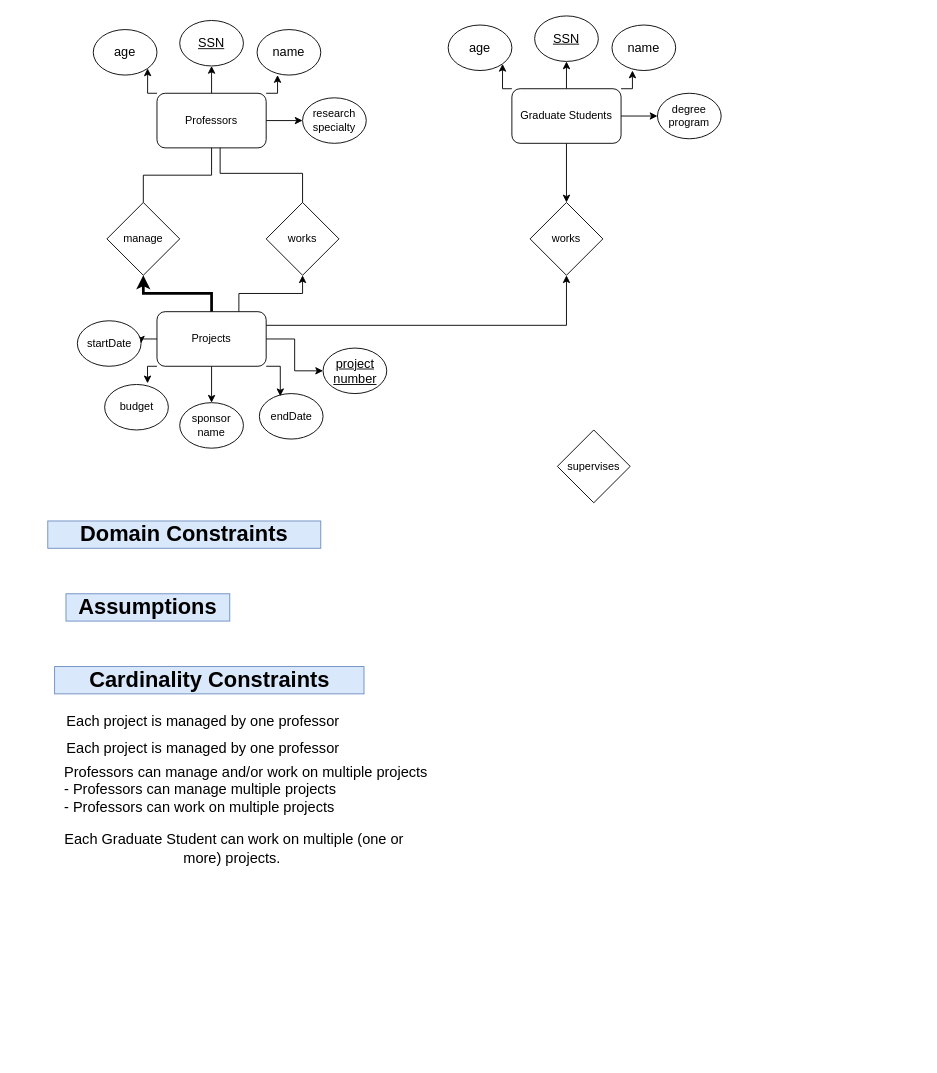
saraimarte/CS336 keeps this draw.io diagram as hw1/hw.drawio. Above is the earlier version. Source tidied: cells renumbered, new cells numbered last; positions are measured from the earlier drawing's top-left corner, leaving out a move shared by most shapes. Both pictures are drawn from the tidied source at 91%, with x=0, y=0 at pixel (47, 15).
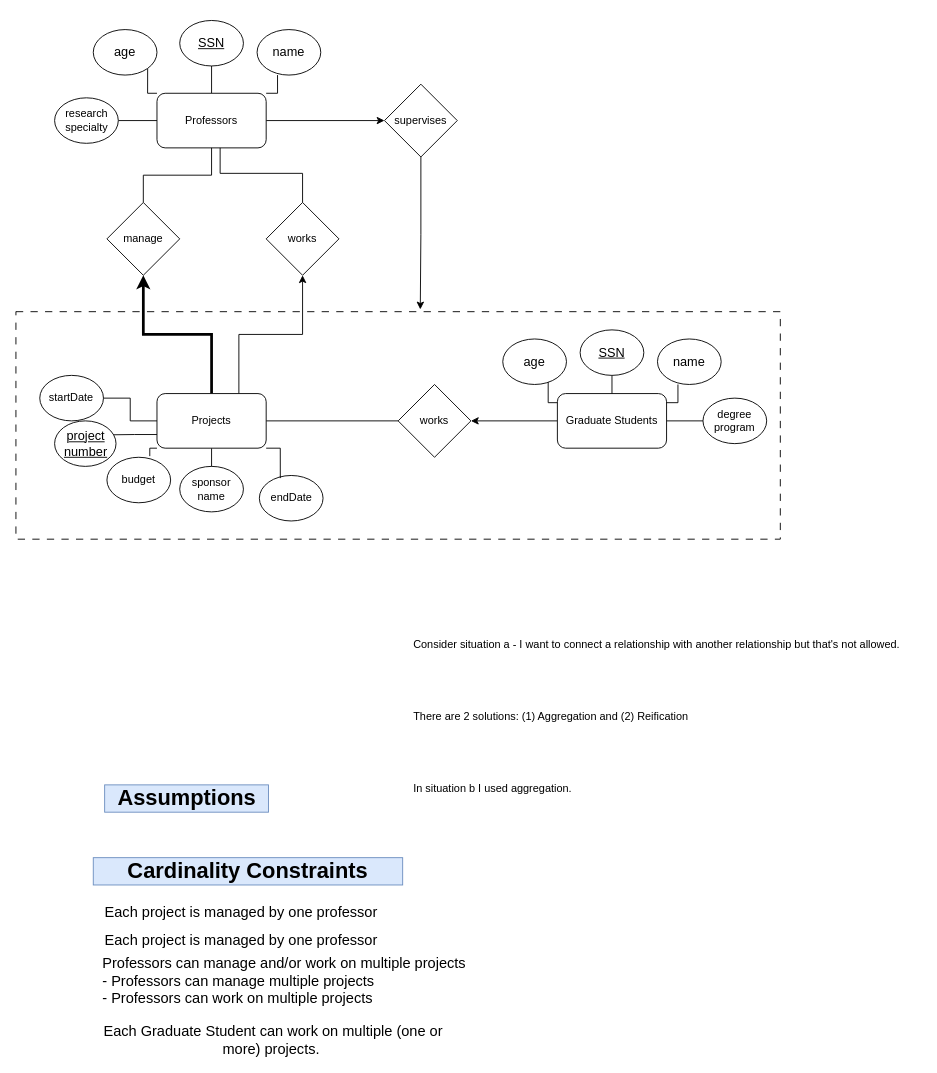
The same diagram, later.

The change refers to these unchanged cells:
```xml
<mxCell id="5" value="Professors" style="rounded=1;whiteSpace=wrap;html=1;" parent="1" vertex="1">
  <mxGeometry x="120" y="85" width="120" height="60" as="geometry" />
</mxCell>
<mxCell id="7" value="&lt;font style=&quot;font-size: 14px;&quot;&gt;name&lt;/font&gt;" style="ellipse;whiteSpace=wrap;html=1;" parent="1" vertex="1">
  <mxGeometry x="230" y="15" width="70" height="50" as="geometry" />
</mxCell>
<mxCell id="9" value="&lt;font style=&quot;font-size: 14px;&quot;&gt;age&lt;/font&gt;" style="ellipse;whiteSpace=wrap;html=1;" parent="1" vertex="1">
  <mxGeometry x="50" y="15" width="70" height="50" as="geometry" />
</mxCell>
```

What changed in the source:
```diff
@@
-    <mxCell id="2" style="edgeStyle=orthogonalEdgeStyle;rounded=0;jettySize=auto;html=1;exitX=0.5;exitY=0;exitDx=0;exitDy=0;" parent="1" edge="1" source="5">
+    <mxCell id="2" style="edgeStyle=orthogonalEdgeStyle;rounded=0;jettySize=auto;html=1;exitX=0.5;exitY=0;exitDx=0;exitDy=0;endArrow=none;endFill=0;" parent="1" edge="1" source="5">
       <mxGeometry relative="1" as="geometry">
         <mxPoint x="180" y="55" as="targetPoint" />
       </mxGeometry>
     </mxCell>
-    <mxCell id="3" style="edgeStyle=orthogonalEdgeStyle;rounded=0;jettySize=auto;html=1;exitX=0;exitY=0;exitDx=0;exitDy=0;entryX=1;entryY=1;entryDx=0;entryDy=0;" parent="1" edge="1" source="5" target="9">
+    <mxCell id="3" style="edgeStyle=orthogonalEdgeStyle;rounded=0;jettySize=auto;html=1;exitX=0;exitY=0;exitDx=0;exitDy=0;entryX=1;entryY=1;entryDx=0;entryDy=0;endArrow=none;endFill=0;" parent="1" edge="1" source="5" target="9">
       <mxGeometry relative="1" as="geometry" />
     </mxCell>
-    <mxCell id="4" style="edgeStyle=orthogonalEdgeStyle;rounded=0;jettySize=auto;html=1;exitX=1;exitY=0.5;exitDx=0;exitDy=0;entryX=0;entryY=0.5;entryDx=0;entryDy=0;" parent="1" edge="1" source="5" target="10">
+    <mxCell id="4" style="edgeStyle=orthogonalEdgeStyle;rounded=0;jettySize=auto;html=1;endArrow=none;endFill=0;" parent="1" edge="1" source="5" target="10">
       <mxGeometry relative="1" as="geometry" />
     </mxCell>
+    <mxCell id="48" style="edgeStyle=orthogonalEdgeStyle;rounded=0;jettySize=auto;html=1;" parent="1" edge="1" source="5" target="47">
+      <mxGeometry relative="1" as="geometry" />
+    </mxCell>
@@
-    <mxCell id="8" style="edgeStyle=orthogonalEdgeStyle;rounded=0;jettySize=auto;html=1;exitX=1;exitY=0;exitDx=0;exitDy=0;entryX=0.321;entryY=1;entryDx=0;entryDy=0;entryPerimeter=0;" parent="1" edge="1" source="5" target="7">
-      <mxGeometry relative="1" as="geometry" />
+    <mxCell id="8" style="edgeStyle=orthogonalEdgeStyle;rounded=0;jettySize=auto;html=1;exitX=1;exitY=0;exitDx=0;exitDy=0;entryX=0.321;entryY=1;entryDx=0;entryDy=0;entryPerimeter=0;endArrow=none;endFill=0;" parent="1" edge="1" source="5" target="7">
+      <mxGeometry relative="1" as="geometry">
+        <Array as="points">
+          <mxPoint x="253" y="85" />
+        </Array>
+      </mxGeometry>
     </mxCell>
@@
     <mxCell id="10" value="research specialty" style="ellipse;whiteSpace=wrap;html=1;" parent="1" vertex="1">
-      <mxGeometry x="280" y="90" width="70" height="50" as="geometry" />
+      <mxGeometry x="7.5" y="90" width="70" height="50" as="geometry" />
     </mxCell>
-    <mxCell id="11" style="edgeStyle=orthogonalEdgeStyle;rounded=0;jettySize=auto;html=1;" parent="1" edge="1" source="17" target="18">
-      <mxGeometry relative="1" as="geometry" />
+    <mxCell id="11" style="edgeStyle=orthogonalEdgeStyle;rounded=0;jettySize=auto;html=1;endArrow=none;endFill=0;" parent="1" edge="1" source="17">
+      <mxGeometry relative="1" as="geometry">
+        <mxPoint x="180" y="515" as="targetPoint" />
+      </mxGeometry>
     </mxCell>
-    <mxCell id="12" style="edgeStyle=orthogonalEdgeStyle;rounded=0;jettySize=auto;html=1;exitX=1;exitY=0.5;exitDx=0;exitDy=0;entryX=0;entryY=0.5;entryDx=0;entryDy=0;" parent="1" edge="1" source="17" target="20">
-      <mxGeometry relative="1" as="geometry" />
-    </mxCell>
-    <mxCell id="13" style="edgeStyle=orthogonalEdgeStyle;rounded=0;jettySize=auto;html=1;exitX=0;exitY=0.5;exitDx=0;exitDy=0;entryX=1;entryY=0.5;entryDx=0;entryDy=0;" parent="1" edge="1" source="17" target="19">
+    <mxCell id="13" style="edgeStyle=orthogonalEdgeStyle;rounded=0;jettySize=auto;html=1;exitX=0;exitY=0.5;exitDx=0;exitDy=0;entryX=1;entryY=0.5;entryDx=0;entryDy=0;endArrow=none;endFill=0;" parent="1" edge="1" source="17" target="19">
       <mxGeometry relative="1" as="geometry" />
     </mxCell>
@@
+    <mxCell id="49" style="edgeStyle=orthogonalEdgeStyle;rounded=0;jettySize=auto;html=1;exitX=0;exitY=0.75;exitDx=0;exitDy=0;endArrow=none;endFill=0;" parent="1" edge="1" source="17">
+      <mxGeometry relative="1" as="geometry">
+        <mxPoint x="70" y="460.3" as="targetPoint" />
+      </mxGeometry>
+    </mxCell>
-    <mxCell id="16" style="edgeStyle=orthogonalEdgeStyle;rounded=0;jettySize=auto;html=1;exitX=1;exitY=0.25;exitDx=0;exitDy=0;entryX=0.5;entryY=1;entryDx=0;entryDy=0;" parent="1" edge="1" source="17" target="45">
+    <mxCell id="16" style="edgeStyle=orthogonalEdgeStyle;rounded=0;jettySize=auto;html=1;exitX=1;exitY=0.5;exitDx=0;exitDy=0;entryX=0;entryY=0.5;entryDx=0;entryDy=0;endArrow=none;endFill=0;" parent="1" edge="1" source="17" target="45">
       <mxGeometry relative="1" as="geometry" />
     </mxCell>
     <mxCell id="17" value="Projects" style="rounded=1;whiteSpace=wrap;html=1;" parent="1" vertex="1">
-      <mxGeometry x="120" y="325" width="120" height="60" as="geometry" />
+      <mxGeometry x="120" y="415" width="120" height="60" as="geometry" />
     </mxCell>
     <mxCell id="18" value="sponsor name" style="ellipse;whiteSpace=wrap;html=1;" parent="1" vertex="1">
-      <mxGeometry x="145" y="425" width="70" height="50" as="geometry" />
+      <mxGeometry x="145" y="495" width="70" height="50" as="geometry" />
     </mxCell>
     <mxCell id="19" value="startDate" style="ellipse;whiteSpace=wrap;html=1;" parent="1" vertex="1">
-      <mxGeometry x="32.5" y="335" width="70" height="50" as="geometry" />
+      <mxGeometry x="-8.8" y="395" width="70" height="50" as="geometry" />
     </mxCell>
     <mxCell id="20" value="&lt;div&gt;&lt;u&gt;&lt;font style=&quot;font-size: 14px;&quot;&gt;project&lt;/font&gt;&lt;/u&gt;&lt;/div&gt;&lt;div&gt;&lt;u&gt;&lt;font style=&quot;font-size: 14px;&quot;&gt;number&lt;/font&gt;&lt;/u&gt;&lt;/div&gt;" style="ellipse;whiteSpace=wrap;html=1;" parent="1" vertex="1">
-      <mxGeometry x="302.5" y="365" width="70" height="50" as="geometry" />
+      <mxGeometry x="7.5" y="445" width="67.5" height="50" as="geometry" />
     </mxCell>
     <mxCell id="21" value="endDate" style="ellipse;whiteSpace=wrap;html=1;" parent="1" vertex="1">
-      <mxGeometry x="232.5" y="415" width="70" height="50" as="geometry" />
+      <mxGeometry x="232.5" y="505" width="70" height="50" as="geometry" />
     </mxCell>
     <mxCell id="22" value="budget" style="ellipse;whiteSpace=wrap;html=1;" parent="1" vertex="1">
-      <mxGeometry x="62.5" y="405" width="70" height="50" as="geometry" />
+      <mxGeometry x="65" y="485" width="70" height="50" as="geometry" />
     </mxCell>
-    <mxCell id="23" style="edgeStyle=orthogonalEdgeStyle;rounded=0;jettySize=auto;html=1;exitX=0.5;exitY=0;exitDx=0;exitDy=0;" parent="1" edge="1" source="27">
+    <mxCell id="23" style="edgeStyle=orthogonalEdgeStyle;rounded=0;orthogonalLoop=1;jettySize=auto;html=1;exitX=0.5;exitY=0;exitDx=0;exitDy=0;endArrow=none;endFill=0;" parent="1" edge="1">
       <mxGeometry relative="1" as="geometry">
-        <mxPoint x="570" y="50" as="targetPoint" />
+        <mxPoint x="620" y="425" as="sourcePoint" />
+        <mxPoint x="620" y="395" as="targetPoint" />
       </mxGeometry>
     </mxCell>
-    <mxCell id="24" style="edgeStyle=orthogonalEdgeStyle;rounded=0;jettySize=auto;html=1;exitX=0;exitY=0;exitDx=0;exitDy=0;entryX=1;entryY=1;entryDx=0;entryDy=0;" parent="1" edge="1" source="27" target="31">
-      <mxGeometry relative="1" as="geometry" />
+    <mxCell id="24" style="edgeStyle=orthogonalEdgeStyle;rounded=0;orthogonalLoop=1;jettySize=auto;html=1;exitX=0;exitY=0;exitDx=0;exitDy=0;entryX=1;entryY=1;entryDx=0;entryDy=0;endArrow=none;endFill=0;" parent="1" edge="1">
+      <mxGeometry relative="1" as="geometry">
+        <mxPoint x="560" y="425" as="sourcePoint" />
+        <mxPoint x="549.9" y="397.6" as="targetPoint" />
+      </mxGeometry>
     </mxCell>
-    <mxCell id="25" style="edgeStyle=orthogonalEdgeStyle;rounded=0;jettySize=auto;html=1;exitX=1;exitY=0.5;exitDx=0;exitDy=0;entryX=0;entryY=0.5;entryDx=0;entryDy=0;" parent="1" edge="1" source="27" target="32">
+    <mxCell id="25" style="edgeStyle=orthogonalEdgeStyle;rounded=0;jettySize=auto;html=1;exitX=1;exitY=0.5;exitDx=0;exitDy=0;entryX=0;entryY=0.5;entryDx=0;entryDy=0;endArrow=none;endFill=0;" parent="1" edge="1" source="27" target="32">
       <mxGeometry relative="1" as="geometry" />
     </mxCell>
-    <mxCell id="26" style="edgeStyle=orthogonalEdgeStyle;rounded=0;jettySize=auto;html=1;entryX=0.5;entryY=0;entryDx=0;entryDy=0;strokeWidth=1;" parent="1" edge="1" source="27" target="45">
+    <mxCell id="26" style="edgeStyle=orthogonalEdgeStyle;rounded=0;jettySize=auto;html=1;exitX=0;exitY=0.5;exitDx=0;exitDy=0;entryX=1;entryY=0.5;entryDx=0;entryDy=0;" parent="1" edge="1" source="27" target="45">
       <mxGeometry relative="1" as="geometry" />
     </mxCell>
     <mxCell id="27" value="Graduate Students" style="rounded=1;whiteSpace=wrap;html=1;" parent="1" vertex="1">
-      <mxGeometry x="510" y="80" width="120" height="60" as="geometry" />
+      <mxGeometry x="560" y="415" width="120" height="60" as="geometry" />
     </mxCell>
     <mxCell id="28" value="&lt;u&gt;&lt;font style=&quot;font-size: 14px;&quot;&gt;SSN&lt;/font&gt;&lt;/u&gt;" style="ellipse;whiteSpace=wrap;html=1;" parent="1" vertex="1">
-      <mxGeometry x="535" width="70" height="50" as="geometry" />
+      <mxGeometry x="585" y="345" width="70" height="50" as="geometry" />
     </mxCell>
     <mxCell id="29" value="&lt;font style=&quot;font-size: 14px;&quot;&gt;name&lt;/font&gt;" style="ellipse;whiteSpace=wrap;html=1;" parent="1" vertex="1">
-      <mxGeometry x="620" y="10" width="70" height="50" as="geometry" />
+      <mxGeometry x="670" y="355" width="70" height="50" as="geometry" />
     </mxCell>
-    <mxCell id="30" style="edgeStyle=orthogonalEdgeStyle;rounded=0;jettySize=auto;html=1;exitX=1;exitY=0;exitDx=0;exitDy=0;entryX=0.321;entryY=1;entryDx=0;entryDy=0;entryPerimeter=0;" parent="1" edge="1" source="27" target="29">
-      <mxGeometry relative="1" as="geometry" />
+    <mxCell id="30" style="edgeStyle=orthogonalEdgeStyle;rounded=0;orthogonalLoop=1;jettySize=auto;html=1;exitX=1;exitY=0;exitDx=0;exitDy=0;entryX=0.321;entryY=1;entryDx=0;entryDy=0;entryPerimeter=0;endArrow=none;endFill=0;" parent="1" edge="1">
+      <mxGeometry relative="1" as="geometry">
+        <mxPoint x="680" y="425" as="sourcePoint" />
+        <mxPoint x="692.5" y="405" as="targetPoint" />
+      </mxGeometry>
     </mxCell>
     <mxCell id="31" value="&lt;font style=&quot;font-size: 14px;&quot;&gt;age&lt;/font&gt;" style="ellipse;whiteSpace=wrap;html=1;" parent="1" vertex="1">
-      <mxGeometry x="440" y="10" width="70" height="50" as="geometry" />
+      <mxGeometry x="500" y="355" width="70" height="50" as="geometry" />
     </mxCell>
     <mxCell id="32" value="&lt;div&gt;degree&lt;/div&gt;&lt;div&gt;program&lt;/div&gt;" style="ellipse;whiteSpace=wrap;html=1;" parent="1" vertex="1">
-      <mxGeometry x="670" y="85" width="70" height="50" as="geometry" />
+      <mxGeometry x="720" y="420" width="70" height="50" as="geometry" />
     </mxCell>
     <mxCell id="33" value="&lt;font style=&quot;font-size: 16px;&quot;&gt;Each project is managed by one professor&amp;nbsp;&lt;/font&gt;" style="text;strokeColor=none;align=center;fillColor=none;html=1;verticalAlign=middle;whiteSpace=wrap;rounded=0;" parent="1" vertex="1">
-      <mxGeometry x="7.5" y="760" width="330" height="30" as="geometry" />
+      <mxGeometry x="50" y="970" width="330" height="30" as="geometry" />
     </mxCell>
-    <mxCell id="34" value="&lt;h1&gt;&lt;b&gt;Domain Constraints&lt;/b&gt;&lt;/h1&gt;" style="text;strokeColor=#6c8ebf;align=center;fillColor=#dae8fc;html=1;verticalAlign=middle;whiteSpace=wrap;rounded=0;" parent="1" vertex="1">
-      <mxGeometry y="555" width="300" height="30" as="geometry" />
-    </mxCell>
     <mxCell id="35" value="&lt;h1&gt;&lt;b&gt;Assumptions&lt;/b&gt;&lt;/h1&gt;" style="text;strokeColor=#6c8ebf;align=center;fillColor=#dae8fc;html=1;verticalAlign=middle;whiteSpace=wrap;rounded=0;" parent="1" vertex="1">
-      <mxGeometry x="20" y="635" width="180" height="30" as="geometry" />
+      <mxGeometry x="62.5" y="845" width="180" height="30" as="geometry" />
     </mxCell>
@@
-    <mxCell id="38" style="edgeStyle=orthogonalEdgeStyle;rounded=0;jettySize=auto;html=1;exitX=0;exitY=1;exitDx=0;exitDy=0;entryX=0.673;entryY=-0.025;entryDx=0;entryDy=0;entryPerimeter=0;" parent="1" edge="1" source="17" target="22">
+    <mxCell id="38" style="edgeStyle=orthogonalEdgeStyle;rounded=0;jettySize=auto;html=1;exitX=0;exitY=1;exitDx=0;exitDy=0;entryX=0.673;entryY=-0.025;entryDx=0;entryDy=0;entryPerimeter=0;endArrow=none;endFill=0;" parent="1" edge="1" source="17" target="22">
       <mxGeometry relative="1" as="geometry" />
     </mxCell>
-    <mxCell id="39" style="edgeStyle=orthogonalEdgeStyle;rounded=0;jettySize=auto;html=1;exitX=1;exitY=1;exitDx=0;exitDy=0;entryX=0.329;entryY=0.058;entryDx=0;entryDy=0;entryPerimeter=0;" parent="1" edge="1" source="17" target="21">
+    <mxCell id="39" style="edgeStyle=orthogonalEdgeStyle;rounded=0;jettySize=auto;html=1;exitX=1;exitY=1;exitDx=0;exitDy=0;entryX=0.329;entryY=0.058;entryDx=0;entryDy=0;entryPerimeter=0;endArrow=none;endFill=0;" parent="1" edge="1" source="17" target="21">
       <mxGeometry relative="1" as="geometry" />
     </mxCell>
     <mxCell id="40" value="&lt;h1&gt;&lt;b&gt;Cardinality Constraints&lt;/b&gt;&lt;/h1&gt;" style="text;strokeColor=#6c8ebf;align=center;fillColor=#dae8fc;html=1;verticalAlign=middle;whiteSpace=wrap;rounded=0;" parent="1" vertex="1">
-      <mxGeometry x="7.5" y="715" width="340" height="30" as="geometry" />
+      <mxGeometry x="50" y="925" width="340" height="30" as="geometry" />
     </mxCell>
     <mxCell id="41" value="&lt;font style=&quot;font-size: 16px;&quot;&gt;Each Graduate Student can work on multiple (one or more) projects.&amp;nbsp;&lt;/font&gt;" style="text;strokeColor=none;align=center;fillColor=none;html=1;verticalAlign=middle;whiteSpace=wrap;rounded=0;" parent="1" vertex="1">
-      <mxGeometry y="900" width="410" height="30" as="geometry" />
+      <mxGeometry x="42.5" y="1110" width="410" height="30" as="geometry" />
     </mxCell>
@@
     <mxCell id="44" value="&lt;div&gt;&lt;font style=&quot;font-size: 16px;&quot;&gt;Professors can manage and/or work on multiple projects&lt;/font&gt;&lt;/div&gt;&lt;div align=&quot;left&quot;&gt;&lt;font style=&quot;font-size: 16px;&quot;&gt;- Professors can manage multiple projects&lt;/font&gt;&lt;/div&gt;&lt;div align=&quot;left&quot;&gt;&lt;font style=&quot;font-size: 16px;&quot;&gt;- Professors can work on multiple projects&amp;nbsp;&lt;/font&gt;&lt;/div&gt;" style="text;strokeColor=none;align=center;fillColor=none;html=1;verticalAlign=middle;whiteSpace=wrap;rounded=0;" parent="1" vertex="1">
-      <mxGeometry x="12.5" y="830" width="410" height="40" as="geometry" />
+      <mxGeometry x="55" y="1040" width="410" height="40" as="geometry" />
     </mxCell>
     <mxCell id="45" value="works" style="rhombus;whiteSpace=wrap;html=1;" parent="1" vertex="1">
-      <mxGeometry x="530" y="205" width="80" height="80" as="geometry" />
+      <mxGeometry x="385" y="405" width="80" height="80" as="geometry" />
     </mxCell>
     <mxCell id="46" value="&lt;font style=&quot;font-size: 16px;&quot;&gt;Each project is managed by one professor&amp;nbsp;&lt;/font&gt;" style="text;strokeColor=none;align=center;fillColor=none;html=1;verticalAlign=middle;whiteSpace=wrap;rounded=0;" parent="1" vertex="1">
-      <mxGeometry x="7.5" y="790" width="330" height="30" as="geometry" />
+      <mxGeometry x="50" y="1000" width="330" height="30" as="geometry" />
     </mxCell>
     <mxCell id="47" value="supervises" style="rhombus;whiteSpace=wrap;html=1;" parent="1" vertex="1">
-      <mxGeometry x="560" y="455" width="80" height="80" as="geometry" />
+      <mxGeometry x="370" y="75" width="80" height="80" as="geometry" />
     </mxCell>
+    <mxCell id="50" style="rounded=0;whiteSpace=wrap;html=1;dashed=1;fillColor=none;strokeWidth=1;perimeterSpacing=0;dashPattern=8 8;" parent="1" vertex="1">
+      <mxGeometry x="-35" y="325" width="840" height="250" as="geometry" />
+    </mxCell>
+    <mxCell id="51" style="edgeStyle=orthogonalEdgeStyle;rounded=0;jettySize=auto;html=1;entryX=0.529;entryY=-0.01;entryDx=0;entryDy=0;entryPerimeter=0;" parent="1" edge="1" source="47" target="50">
+      <mxGeometry relative="1" as="geometry" />
+    </mxCell>
+    <mxCell id="52" value="&lt;p&gt;Consider situation a - I want to connect a relationship with another relationship but that's not allowed.&amp;nbsp;&lt;/p&gt;&#10;&lt;p&gt;&lt;/p&gt;&#10;&lt;p&gt;There are 2 solutions: (1) Aggregation and (2) Reification&amp;nbsp;&lt;/p&gt;&#10;&lt;p&gt;&lt;/p&gt;&#10;&lt;p&gt;In situation b I used aggregation.&amp;nbsp;&lt;/p&gt;" style="text;whiteSpace=wrap;html=1;" parent="1" vertex="1">
+      <mxGeometry x="400" y="665" width="560" height="230" as="geometry" />
+    </mxCell>
```
